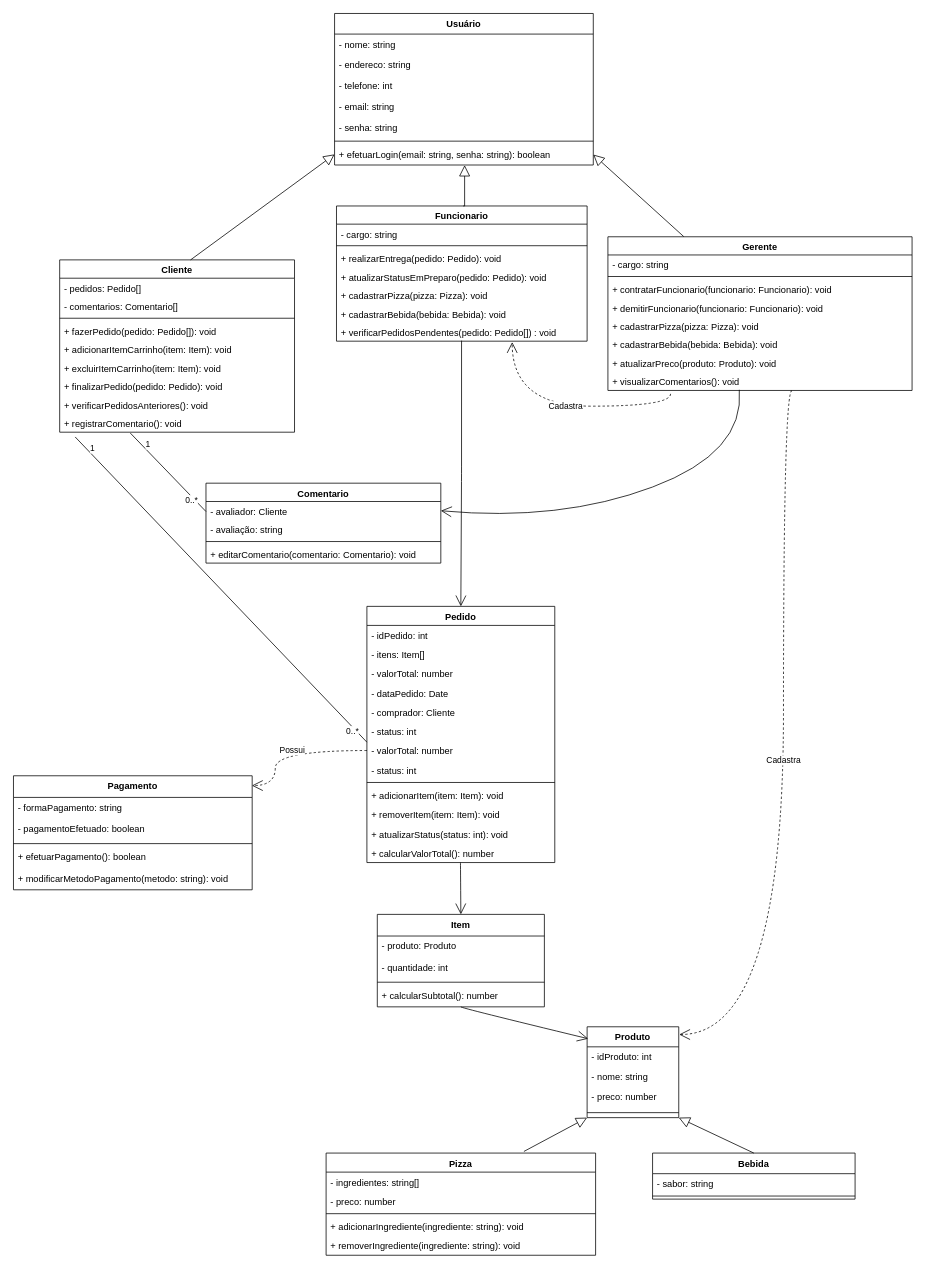
The draw.io diagram Eng. de software/Trab_EngenhariaSF.drawio in LuisAugusto0/Arquivos_PUC_CC, before the edit. Source tidied: cells renumbered, new cells numbered last; positions are measured from the earlier drawing's top-left corner, leaving out a move shared by most shapes. Both pictures are drawn from the tidied source at 77%, with x=0, y=0 at pixel (13, 13).
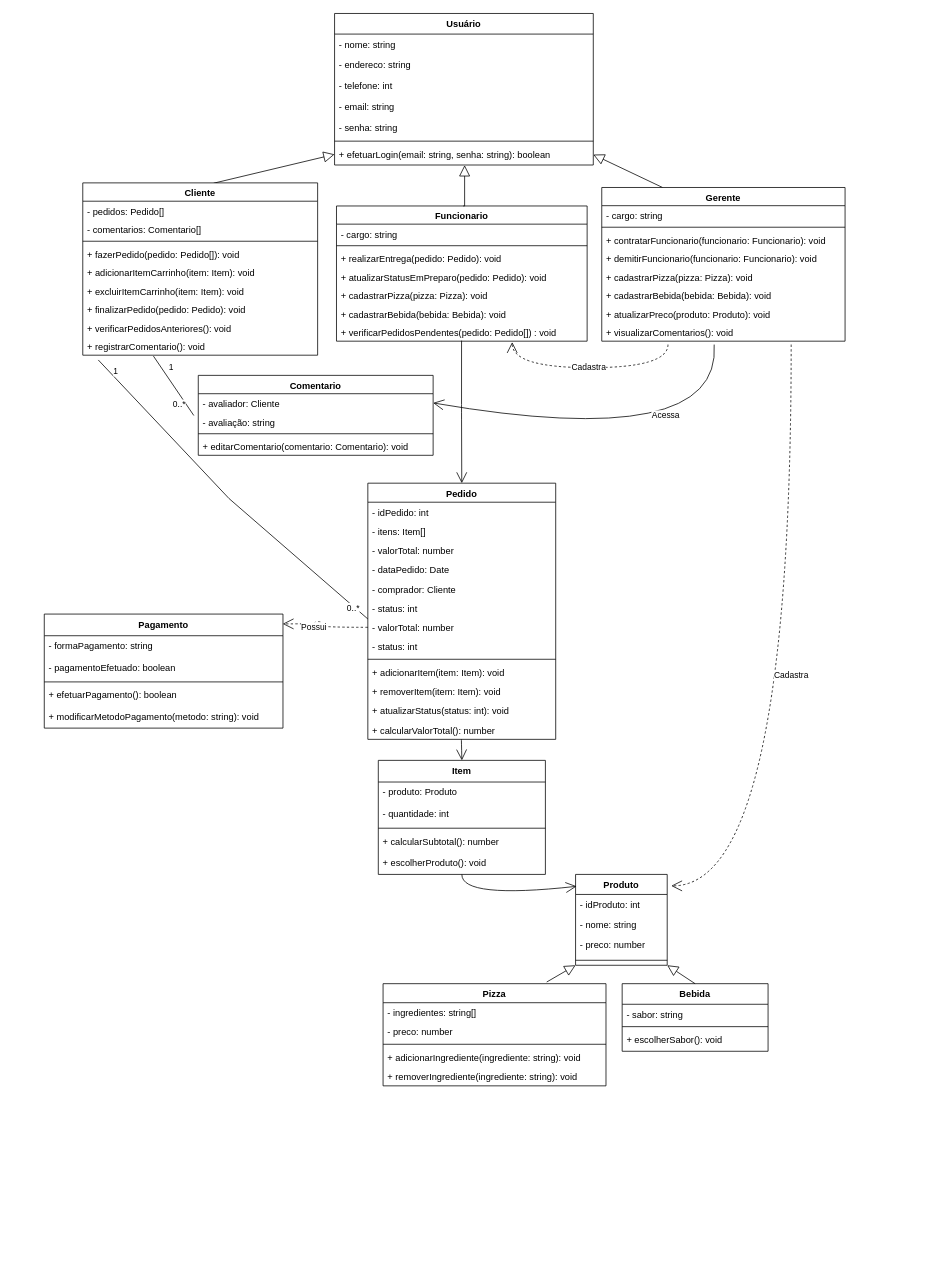
The same diagram, later.

The change refers to these unchanged cells:
```xml
<mxCell id="19" value="+ verificarPedidosPendentes(pedido: Pedido[]) : void" style="text;strokeColor=none;fillColor=none;align=left;verticalAlign=top;spacingLeft=4;spacingRight=4;overflow=hidden;points=[[0,0.5],[1,0.5]];portConstraint=eastwest;" parent="12" vertex="1">
  <mxGeometry y="151.6" width="325.5" height="24" as="geometry" />
</mxCell>
<mxCell id="45" value="- status: int" style="text;strokeColor=none;fillColor=none;align=left;verticalAlign=top;spacingLeft=4;spacingRight=4;overflow=hidden;points=[[0,0.5],[1,0.5]];portConstraint=eastwest;" parent="39" vertex="1">
  <mxGeometry y="149.7" width="244" height="25" as="geometry" />
</mxCell>
<mxCell id="46" value="- valorTotal: number" style="text;strokeColor=none;fillColor=none;align=left;verticalAlign=top;spacingLeft=4;spacingRight=4;overflow=hidden;points=[[0,0.5],[1,0.5]];portConstraint=eastwest;" parent="39" vertex="1">
  <mxGeometry y="174.7" width="244" height="25" as="geometry" />
</mxCell>
<mxCell id="77" value="- avaliador: Cliente" style="text;strokeColor=none;fillColor=none;align=left;verticalAlign=top;spacingLeft=4;spacingRight=4;overflow=hidden;points=[[0,0.5],[1,0.5]];portConstraint=eastwest;" parent="76" vertex="1">
  <mxGeometry y="23.8" width="305" height="24" as="geometry" />
</mxCell>
<mxCell id="78" value="- avaliação: string" style="text;strokeColor=none;fillColor=none;align=left;verticalAlign=top;spacingLeft=4;spacingRight=4;overflow=hidden;points=[[0,0.5],[1,0.5]];portConstraint=eastwest;" parent="76" vertex="1">
  <mxGeometry y="47.8" width="305" height="24" as="geometry" />
</mxCell>
```

What changed in the source:
```diff
@@
-    <mxCell id="2" value="Cliente" style="swimlane;fontStyle=1;align=center;verticalAlign=top;horizontal=1;startSize=23.8104775168679;" parent="1" vertex="1">
-      <mxGeometry x="60" y="320" width="305" height="223.8" as="geometry" />
-    </mxCell>
-    <mxCell id="3" value="- pedidos: Pedido[]" style="text;strokeColor=none;fillColor=none;align=left;verticalAlign=top;spacingLeft=4;spacingRight=4;overflow=hidden;" parent="2" vertex="1">
-      <mxGeometry y="23.8" width="305" height="24" as="geometry" />
-    </mxCell>
-    <mxCell id="4" value="- comentarios: Comentario[]" style="text;strokeColor=none;fillColor=none;align=left;verticalAlign=top;spacingLeft=4;spacingRight=4;overflow=hidden;" parent="2" vertex="1">
-      <mxGeometry y="47.8" width="305" height="24" as="geometry" />
-    </mxCell>
-    <mxCell id="5" style="line;strokeWidth=1;fillColor=none;align=left;verticalAlign=middle;spacingTop=-1;spacingLeft=3;spacingRight=3;labelPosition=right;strokeColor=inherit;" parent="2" vertex="1">
-      <mxGeometry y="71.8" width="305" height="8" as="geometry" />
-    </mxCell>
-    <mxCell id="6" value="+ fazerPedido(pedido: Pedido[]): void" style="text;strokeColor=none;fillColor=none;align=left;verticalAlign=top;spacingLeft=4;spacingRight=4;overflow=hidden;" parent="2" vertex="1">
-      <mxGeometry y="79.8" width="305" height="24" as="geometry" />
-    </mxCell>
-    <mxCell id="7" value="+ adicionarItemCarrinho(item: Item): void" style="text;strokeColor=none;fillColor=none;align=left;verticalAlign=top;spacingLeft=4;spacingRight=4;overflow=hidden;" parent="2" vertex="1">
-      <mxGeometry y="103.8" width="305" height="24" as="geometry" />
-    </mxCell>
-    <mxCell id="8" value="+ excluirItemCarrinho(item: Item): void" style="text;strokeColor=none;fillColor=none;align=left;verticalAlign=top;spacingLeft=4;spacingRight=4;overflow=hidden;" parent="2" vertex="1">
-      <mxGeometry y="127.8" width="305" height="24" as="geometry" />
-    </mxCell>
-    <mxCell id="9" value="+ finalizarPedido(pedido: Pedido): void" style="text;strokeColor=none;fillColor=none;align=left;verticalAlign=top;spacingLeft=4;spacingRight=4;overflow=hidden;" parent="2" vertex="1">
-      <mxGeometry y="151.8" width="305" height="24" as="geometry" />
-    </mxCell>
-    <mxCell id="10" value="+ verificarPedidosAnteriores(): void" style="text;strokeColor=none;fillColor=none;align=left;verticalAlign=top;spacingLeft=4;spacingRight=4;overflow=hidden;" parent="2" vertex="1">
-      <mxGeometry y="175.8" width="305" height="24" as="geometry" />
-    </mxCell>
-    <mxCell id="11" value="+ registrarComentario(): void" style="text;strokeColor=none;fillColor=none;align=left;verticalAlign=top;spacingLeft=4;spacingRight=4;overflow=hidden;points=[[0,0.5],[1,0.5]];portConstraint=eastwest;" parent="2" vertex="1">
-      <mxGeometry y="199.8" width="305" height="24" as="geometry" />
-    </mxCell>
@@
     <mxCell id="21" value="Gerente" style="swimlane;fontStyle=1;align=center;verticalAlign=top;horizontal=1;startSize=23.605931599934895;" parent="1" vertex="1">
-      <mxGeometry x="772" y="290" width="395" height="199.6" as="geometry" />
+      <mxGeometry x="764" y="226" width="316" height="199.6" as="geometry" />
     </mxCell>
     <mxCell id="22" value="- cargo: string" style="text;strokeColor=none;fillColor=none;align=left;verticalAlign=top;spacingLeft=4;spacingRight=4;overflow=hidden;" parent="21" vertex="1">
-      <mxGeometry y="23.6" width="395" height="24" as="geometry" />
+      <mxGeometry y="23.6" width="316" height="24" as="geometry" />
     </mxCell>
     <mxCell id="23" style="line;strokeWidth=1;fillColor=none;align=left;verticalAlign=middle;spacingTop=-1;spacingLeft=3;spacingRight=3;labelPosition=right;strokeColor=inherit;" parent="21" vertex="1">
-      <mxGeometry y="47.6" width="395" height="8" as="geometry" />
+      <mxGeometry y="47.6" width="316" height="8" as="geometry" />
     </mxCell>
     <mxCell id="24" value="+ contratarFuncionario(funcionario: Funcionario): void" style="text;strokeColor=none;fillColor=none;align=left;verticalAlign=top;spacingLeft=4;spacingRight=4;overflow=hidden;" parent="21" vertex="1">
-      <mxGeometry y="55.6" width="395" height="24" as="geometry" />
+      <mxGeometry y="55.6" width="316" height="24" as="geometry" />
     </mxCell>
     <mxCell id="25" value="+ demitirFuncionario(funcionario: Funcionario): void" style="text;strokeColor=none;fillColor=none;align=left;verticalAlign=top;spacingLeft=4;spacingRight=4;overflow=hidden;" parent="21" vertex="1">
-      <mxGeometry y="79.6" width="395" height="24" as="geometry" />
+      <mxGeometry y="79.6" width="316" height="24" as="geometry" />
     </mxCell>
     <mxCell id="26" value="+ cadastrarPizza(pizza: Pizza): void" style="text;strokeColor=none;fillColor=none;align=left;verticalAlign=top;spacingLeft=4;spacingRight=4;overflow=hidden;" parent="21" vertex="1">
-      <mxGeometry y="103.6" width="395" height="24" as="geometry" />
+      <mxGeometry y="103.6" width="316" height="24" as="geometry" />
     </mxCell>
     <mxCell id="27" value="+ cadastrarBebida(bebida: Bebida): void" style="text;strokeColor=none;fillColor=none;align=left;verticalAlign=top;spacingLeft=4;spacingRight=4;overflow=hidden;" parent="21" vertex="1">
-      <mxGeometry y="127.6" width="395" height="24" as="geometry" />
+      <mxGeometry y="127.6" width="316" height="24" as="geometry" />
     </mxCell>
     <mxCell id="28" value="+ atualizarPreco(produto: Produto): void" style="text;strokeColor=none;fillColor=none;align=left;verticalAlign=top;spacingLeft=4;spacingRight=4;overflow=hidden;" parent="21" vertex="1">
-      <mxGeometry y="151.6" width="395" height="24" as="geometry" />
+      <mxGeometry y="151.6" width="316" height="24" as="geometry" />
     </mxCell>
     <mxCell id="29" value="+ visualizarComentarios(): void" style="text;strokeColor=none;fillColor=none;align=left;verticalAlign=top;spacingLeft=4;spacingRight=4;overflow=hidden;points=[[0,0.5],[1,0.5]];portConstraint=eastwest;" parent="21" vertex="1">
-      <mxGeometry y="175.6" width="395" height="24" as="geometry" />
+      <mxGeometry y="175.6" width="316" height="24" as="geometry" />
     </mxCell>
     <mxCell id="30" value="Pizza" style="swimlane;fontStyle=1;align=center;verticalAlign=top;horizontal=1;startSize=24.730932235717773;" parent="1" vertex="1">
-      <mxGeometry x="406" y="1480" width="350" height="132.7" as="geometry" />
+      <mxGeometry x="480" y="1260" width="289.5" height="132.7" as="geometry" />
     </mxCell>
     <mxCell id="31" value="- ingredientes: string[]" style="text;strokeColor=none;fillColor=none;align=left;verticalAlign=top;spacingLeft=4;spacingRight=4;overflow=hidden;" parent="30" vertex="1">
-      <mxGeometry y="24.7" width="350" height="25" as="geometry" />
+      <mxGeometry y="24.7" width="289.5" height="25" as="geometry" />
     </mxCell>
     <mxCell id="32" value="- preco: number" style="text;strokeColor=none;fillColor=none;align=left;verticalAlign=top;spacingLeft=4;spacingRight=4;overflow=hidden;" parent="30" vertex="1">
-      <mxGeometry y="49.7" width="350" height="25" as="geometry" />
+      <mxGeometry y="49.7" width="289.5" height="25" as="geometry" />
     </mxCell>
     <mxCell id="33" style="line;strokeWidth=1;fillColor=none;align=left;verticalAlign=middle;spacingTop=-1;spacingLeft=3;spacingRight=3;labelPosition=right;strokeColor=inherit;" parent="30" vertex="1">
-      <mxGeometry y="74.7" width="350" height="8" as="geometry" />
+      <mxGeometry y="74.7" width="289.5" height="8" as="geometry" />
     </mxCell>
     <mxCell id="34" value="+ adicionarIngrediente(ingrediente: string): void" style="text;strokeColor=none;fillColor=none;align=left;verticalAlign=top;spacingLeft=4;spacingRight=4;overflow=hidden;" parent="30" vertex="1">
-      <mxGeometry y="82.7" width="350" height="25" as="geometry" />
+      <mxGeometry y="82.7" width="289.5" height="25" as="geometry" />
     </mxCell>
     <mxCell id="35" value="+ removerIngrediente(ingrediente: string): void" style="text;strokeColor=none;fillColor=none;align=left;verticalAlign=top;spacingLeft=4;spacingRight=4;overflow=hidden;" parent="30" vertex="1">
-      <mxGeometry y="107.7" width="350" height="25" as="geometry" />
+      <mxGeometry y="107.7" width="289.5" height="25" as="geometry" />
     </mxCell>
     <mxCell id="36" value="Bebida" style="swimlane;fontStyle=1;align=center;verticalAlign=top;horizontal=1;startSize=26.7559326171875;" parent="1" vertex="1">
-      <mxGeometry x="830" y="1480" width="263" height="59.8" as="geometry" />
+      <mxGeometry x="790.5" y="1260" width="189.5" height="87.8" as="geometry" />
     </mxCell>
     <mxCell id="37" value="- sabor: string" style="text;strokeColor=none;fillColor=none;align=left;verticalAlign=top;spacingLeft=4;spacingRight=4;overflow=hidden;" parent="36" vertex="1">
-      <mxGeometry y="26.8" width="263" height="25" as="geometry" />
+      <mxGeometry y="26.8" width="189.5" height="25" as="geometry" />
     </mxCell>
     <mxCell id="38" style="line;strokeWidth=1;fillColor=none;align=left;verticalAlign=middle;spacingTop=-1;spacingLeft=3;spacingRight=3;labelPosition=right;strokeColor=inherit;" parent="36" vertex="1">
-      <mxGeometry y="51.8" width="263" height="8" as="geometry" />
+      <mxGeometry y="51.8" width="189.5" height="8" as="geometry" />
     </mxCell>
+    <mxCell id="99" value="+ escolherSabor(): void" style="text;strokeColor=none;fillColor=none;align=left;verticalAlign=top;spacingLeft=4;spacingRight=4;overflow=hidden;" parent="36" vertex="1">
+      <mxGeometry y="59.8" width="189.5" height="28" as="geometry" />
+    </mxCell>
     <mxCell id="39" value="Pedido" style="swimlane;fontStyle=1;align=center;verticalAlign=top;horizontal=1;startSize=24.730932235717773;" parent="1" vertex="1">
-      <mxGeometry x="459" y="770" width="244" height="332.7" as="geometry" />
+      <mxGeometry x="460.2" y="610" width="244" height="332.7" as="geometry" />
     </mxCell>
@@
     <mxCell id="53" value="Item" style="swimlane;fontStyle=1;align=center;verticalAlign=top;horizontal=1;startSize=28.105932235717773;" parent="1" vertex="1">
-      <mxGeometry x="472.5" y="1170" width="217" height="120.1" as="geometry" />
+      <mxGeometry x="473.8" y="970" width="217" height="148.1" as="geometry" />
     </mxCell>
@@
+    <mxCell id="100" value="+ calcularSubtotal(): number" style="text;strokeColor=none;fillColor=none;align=left;verticalAlign=top;spacingLeft=4;spacingRight=4;overflow=hidden;" parent="53" vertex="1">
+      <mxGeometry y="92.1" width="217" height="28" as="geometry" />
+    </mxCell>
-    <mxCell id="57" value="+ calcularSubtotal(): number" style="text;strokeColor=none;fillColor=none;align=left;verticalAlign=top;spacingLeft=4;spacingRight=4;overflow=hidden;" parent="53" vertex="1">
-      <mxGeometry y="92.1" width="217" height="28" as="geometry" />
+    <mxCell id="57" value="+ escolherProduto(): void" style="text;strokeColor=none;fillColor=none;align=left;verticalAlign=top;spacingLeft=4;spacingRight=4;overflow=hidden;" parent="53" vertex="1">
+      <mxGeometry y="120.1" width="217" height="28" as="geometry" />
     </mxCell>
     <mxCell id="58" value="Produto" style="swimlane;fontStyle=1;align=center;verticalAlign=top;horizontal=1;startSize=26.01936994280134;" parent="1" vertex="1">
-      <mxGeometry x="745" y="1316" width="119" height="118" as="geometry" />
+      <mxGeometry x="730" y="1118.1" width="119" height="118" as="geometry" />
     </mxCell>
@@
-    <mxCell id="64" style="curved=1;startArrow=none;endArrow=open;endSize=12;exitX=0.432;exitY=0.964;entryX=1;entryY=0.5;entryDx=0;entryDy=0;exitDx=0;exitDy=0;exitPerimeter=0;" parent="1" edge="1" source="29" target="77">
+    <mxCell id="64" style="curved=1;startArrow=none;endArrow=open;endSize=12;entryX=1;entryY=0.5;entryDx=0;entryDy=0;" parent="1" edge="1" target="77">
       <mxGeometry relative="1" as="geometry">
+        <mxPoint x="910" y="430" as="sourcePoint" />
         <Array as="points">
-          <mxPoint x="950" y="570" />
-          <mxPoint x="710" y="660" />
+          <mxPoint x="920" y="570" />
         </Array>
       </mxGeometry>
     </mxCell>
+    <mxCell id="101" value="Acessa" style="edgeLabel;html=1;align=center;verticalAlign=middle;" parent="64" vertex="1">
+      <mxGeometry x="-0.21" y="-4" relative="1" as="geometry">
+        <mxPoint x="-9" y="-33" as="offset" />
+      </mxGeometry>
+    </mxCell>
@@
     <mxCell id="66" style="curved=1;startArrow=none;endArrow=open;endSize=12;exitX=0.5000195481260801;exitY=1.00367218653361;entryX=0.011;entryY=0.131;entryDx=0;entryDy=0;entryPerimeter=0;" parent="1" edge="1" source="53" target="58">
       <mxGeometry relative="1" as="geometry">
         <Array as="points">
-          <mxPoint x="579" y="1291" />
+          <mxPoint x="582" y="1150" />
         </Array>
       </mxGeometry>
     </mxCell>
@@
     <mxCell id="76" value="Comentario" style="swimlane;fontStyle=1;align=center;verticalAlign=top;horizontal=1;startSize=23.8104775168679;" parent="1" vertex="1">
-      <mxGeometry x="250" y="610" width="305" height="103.8" as="geometry" />
+      <mxGeometry x="240" y="470" width="305" height="103.8" as="geometry" />
     </mxCell>
@@
-    <mxCell id="81" style="endArrow=none;html=1;rounded=0;exitX=0.301;exitY=1.05;exitDx=0;exitDy=0;exitPerimeter=0;entryX=0;entryY=0.5;entryDx=0;entryDy=0;" parent="1" edge="1" source="11">
-      <mxGeometry relative="1" as="geometry">
-        <mxPoint x="250" y="646.8" as="targetPoint" />
-      </mxGeometry>
+    <mxCell id="81" style="endArrow=none;html=1;rounded=0;exitX=0.301;exitY=1.05;exitDx=0;exitDy=0;exitPerimeter=0;entryX=-0.019;entryY=0.18;entryDx=0;entryDy=0;entryPerimeter=0;" parent="1" edge="1" source="11" target="78">
+      <mxGeometry relative="1" as="geometry" />
     </mxCell>
@@
-    <mxCell id="84" value="Cadastra" style="endArrow=open;endSize=12;dashed=1;html=1;rounded=0;entryX=0.701;entryY=1.049;entryDx=0;entryDy=0;entryPerimeter=0;exitX=0.206;exitY=1.183;exitDx=0;exitDy=0;exitPerimeter=0;edgeStyle=orthogonalEdgeStyle;curved=1;" parent="1" edge="1" source="29" target="19">
+    <mxCell id="84" value="Cadastra" style="endArrow=open;endSize=12;dashed=1;html=1;rounded=0;entryX=0.701;entryY=1.049;entryDx=0;entryDy=0;entryPerimeter=0;edgeStyle=orthogonalEdgeStyle;curved=1;" parent="1" edge="1" target="19">
       <mxGeometry relative="1" as="geometry">
+        <mxPoint x="850" y="430" as="sourcePoint" />
         <Array as="points">
-          <mxPoint x="853" y="510" />
-          <mxPoint x="648" y="510" />
+          <mxPoint x="850" y="460" />
+          <mxPoint x="648" y="460" />
         </Array>
       </mxGeometry>
     </mxCell>
-    <mxCell id="85" style="rounded=0;orthogonalLoop=1;jettySize=auto;html=1;exitX=0.557;exitY=0.002;exitDx=0;exitDy=0;endArrow=block;endFill=0;entryX=0;entryY=0.5;entryDx=0;entryDy=0;endSize=12;exitPerimeter=0;" parent="1" edge="1">
+    <mxCell id="85" style="rounded=0;jettySize=auto;html=1;exitX=0.557;exitY=0.002;exitDx=0;exitDy=0;endArrow=block;endFill=0;entryX=0;entryY=0.5;entryDx=0;entryDy=0;endSize=12;exitPerimeter=0;" parent="1" edge="1" source="2">
       <mxGeometry relative="1" as="geometry">
-        <mxPoint x="230" y="320" as="sourcePoint" />
         <mxPoint x="417" y="183" as="targetPoint" />
       </mxGeometry>
     </mxCell>
-    <mxCell id="86" value="Cadastra" style="endArrow=open;endSize=12;dashed=1;html=1;rounded=0;entryX=1.005;entryY=0.085;entryDx=0;entryDy=0;exitX=0.605;exitY=1.004;exitDx=0;exitDy=0;exitPerimeter=0;edgeStyle=orthogonalEdgeStyle;curved=1;entryPerimeter=0;" parent="1" edge="1" source="29" target="58">
+    <mxCell id="86" value="Cadastra" style="endArrow=open;endSize=12;dashed=1;html=1;rounded=0;entryX=1.044;entryY=0.126;entryDx=0;entryDy=0;edgeStyle=orthogonalEdgeStyle;curved=1;entryPerimeter=0;" parent="1" edge="1" target="58">
       <mxGeometry relative="1" as="geometry">
+        <mxPoint x="1010" y="430" as="sourcePoint" />
         <Array as="points">
-          <mxPoint x="1000" y="490" />
-          <mxPoint x="1000" y="1326" />
+          <mxPoint x="1010" y="1133" />
         </Array>
       </mxGeometry>
     </mxCell>
     <mxCell id="87" style="endArrow=none;html=1;rounded=0;exitX=0.066;exitY=1.258;exitDx=0;exitDy=0;exitPerimeter=0;entryX=0;entryY=1.066;entryDx=0;entryDy=0;entryPerimeter=0;" parent="1" edge="1" source="11" target="45">
-      <mxGeometry relative="1" as="geometry" />
+      <mxGeometry relative="1" as="geometry">
+        <Array as="points">
+          <mxPoint x="280" y="630" />
+        </Array>
+      </mxGeometry>
     </mxCell>
@@
     <mxCell id="92" value="Pagamento" style="swimlane;fontStyle=1;align=center;verticalAlign=top;horizontal=1;startSize=28.105932235717773;" parent="1" vertex="1">
-      <mxGeometry y="990" width="310" height="148.1" as="geometry" />
+      <mxGeometry x="40" y="780" width="310" height="148.1" as="geometry" />
     </mxCell>
@@
     <mxCell id="98" value="Possui" style="endArrow=open;endSize=12;dashed=1;html=1;rounded=0;entryX=0.999;entryY=0.086;entryDx=0;entryDy=0;exitX=0;exitY=0.5;exitDx=0;exitDy=0;edgeStyle=orthogonalEdgeStyle;curved=1;entryPerimeter=0;" parent="1" edge="1" source="46" target="92">
       <mxGeometry relative="1" as="geometry">
         <Array as="points">
-          <mxPoint x="340" y="957" />
-          <mxPoint x="340" y="1003" />
+          <mxPoint x="390" y="797" />
+          <mxPoint x="390" y="790" />
+          <mxPoint x="400" y="790" />
+          <mxPoint x="400" y="793" />
         </Array>
       </mxGeometry>
     </mxCell>
+    <mxCell id="2" value="Cliente" style="swimlane;fontStyle=1;align=center;verticalAlign=top;horizontal=1;startSize=23.8104775168679;" parent="1" vertex="1">
+      <mxGeometry x="90" y="220" width="305" height="223.8" as="geometry" />
+    </mxCell>
+    <mxCell id="3" value="- pedidos: Pedido[]" style="text;strokeColor=none;fillColor=none;align=left;verticalAlign=top;spacingLeft=4;spacingRight=4;overflow=hidden;" parent="2" vertex="1">
+      <mxGeometry y="23.8" width="305" height="24" as="geometry" />
+    </mxCell>
+    <mxCell id="4" value="- comentarios: Comentario[]" style="text;strokeColor=none;fillColor=none;align=left;verticalAlign=top;spacingLeft=4;spacingRight=4;overflow=hidden;" parent="2" vertex="1">
+      <mxGeometry y="47.8" width="305" height="24" as="geometry" />
+    </mxCell>
+    <mxCell id="5" style="line;strokeWidth=1;fillColor=none;align=left;verticalAlign=middle;spacingTop=-1;spacingLeft=3;spacingRight=3;labelPosition=right;strokeColor=inherit;" parent="2" vertex="1">
+      <mxGeometry y="71.8" width="305" height="8" as="geometry" />
+    </mxCell>
+    <mxCell id="6" value="+ fazerPedido(pedido: Pedido[]): void" style="text;strokeColor=none;fillColor=none;align=left;verticalAlign=top;spacingLeft=4;spacingRight=4;overflow=hidden;" parent="2" vertex="1">
+      <mxGeometry y="79.8" width="305" height="24" as="geometry" />
+    </mxCell>
+    <mxCell id="7" value="+ adicionarItemCarrinho(item: Item): void" style="text;strokeColor=none;fillColor=none;align=left;verticalAlign=top;spacingLeft=4;spacingRight=4;overflow=hidden;" parent="2" vertex="1">
+      <mxGeometry y="103.8" width="305" height="24" as="geometry" />
+    </mxCell>
+    <mxCell id="8" value="+ excluirItemCarrinho(item: Item): void" style="text;strokeColor=none;fillColor=none;align=left;verticalAlign=top;spacingLeft=4;spacingRight=4;overflow=hidden;" parent="2" vertex="1">
+      <mxGeometry y="127.8" width="305" height="24" as="geometry" />
+    </mxCell>
+    <mxCell id="9" value="+ finalizarPedido(pedido: Pedido): void" style="text;strokeColor=none;fillColor=none;align=left;verticalAlign=top;spacingLeft=4;spacingRight=4;overflow=hidden;" parent="2" vertex="1">
+      <mxGeometry y="151.8" width="305" height="24" as="geometry" />
+    </mxCell>
+    <mxCell id="10" value="+ verificarPedidosAnteriores(): void" style="text;strokeColor=none;fillColor=none;align=left;verticalAlign=top;spacingLeft=4;spacingRight=4;overflow=hidden;" parent="2" vertex="1">
+      <mxGeometry y="175.8" width="305" height="24" as="geometry" />
+    </mxCell>
+    <mxCell id="11" value="+ registrarComentario(): void" style="text;strokeColor=none;fillColor=none;align=left;verticalAlign=top;spacingLeft=4;spacingRight=4;overflow=hidden;points=[[0,0.5],[1,0.5]];portConstraint=eastwest;" parent="2" vertex="1">
+      <mxGeometry y="199.8" width="305" height="24" as="geometry" />
+    </mxCell>
```
